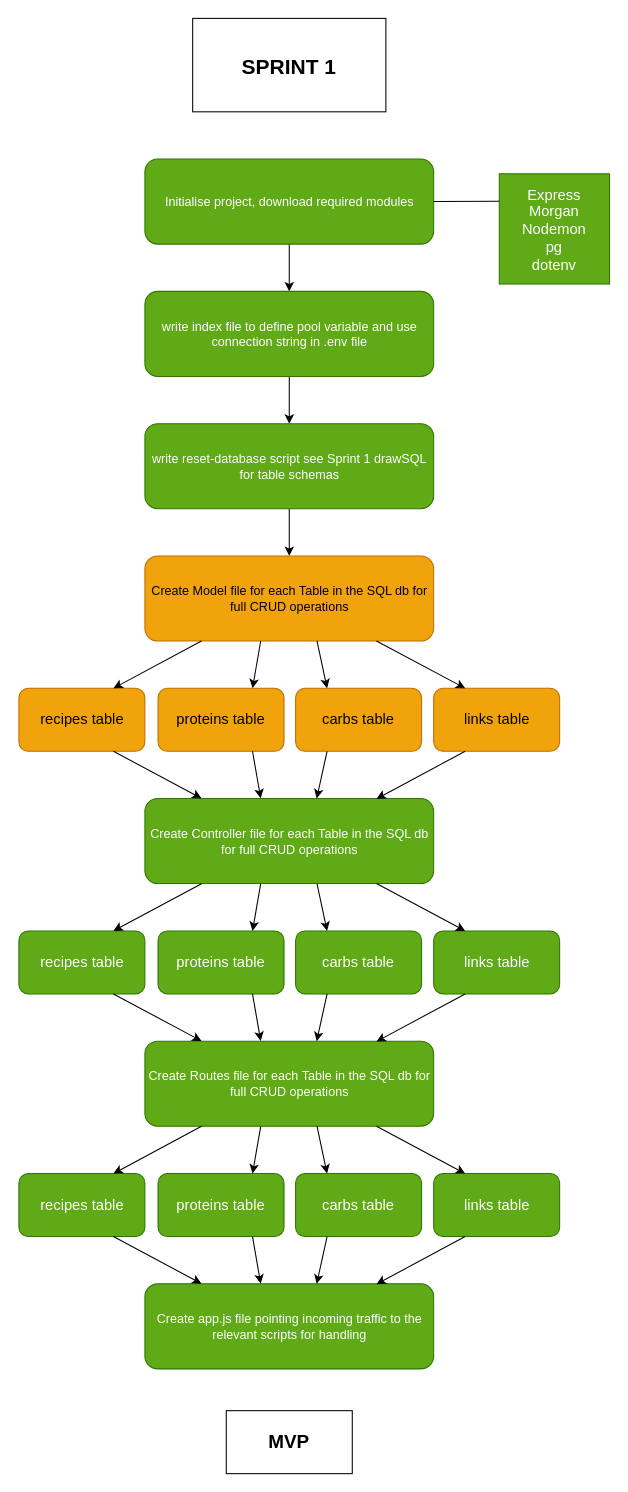
Before: plan/Sprint 1 coding.drawio in adamhale-exe/Winner-Dinner, a draw.io diagram. Source tidied: cells renumbered, new cells numbered last; positions are measured from the earlier drawing's top-left corner, leaving out a move shared by most shapes. Both pictures are drawn from the tidied source at 105%, with x=0, y=0 at pixel (19, 18).
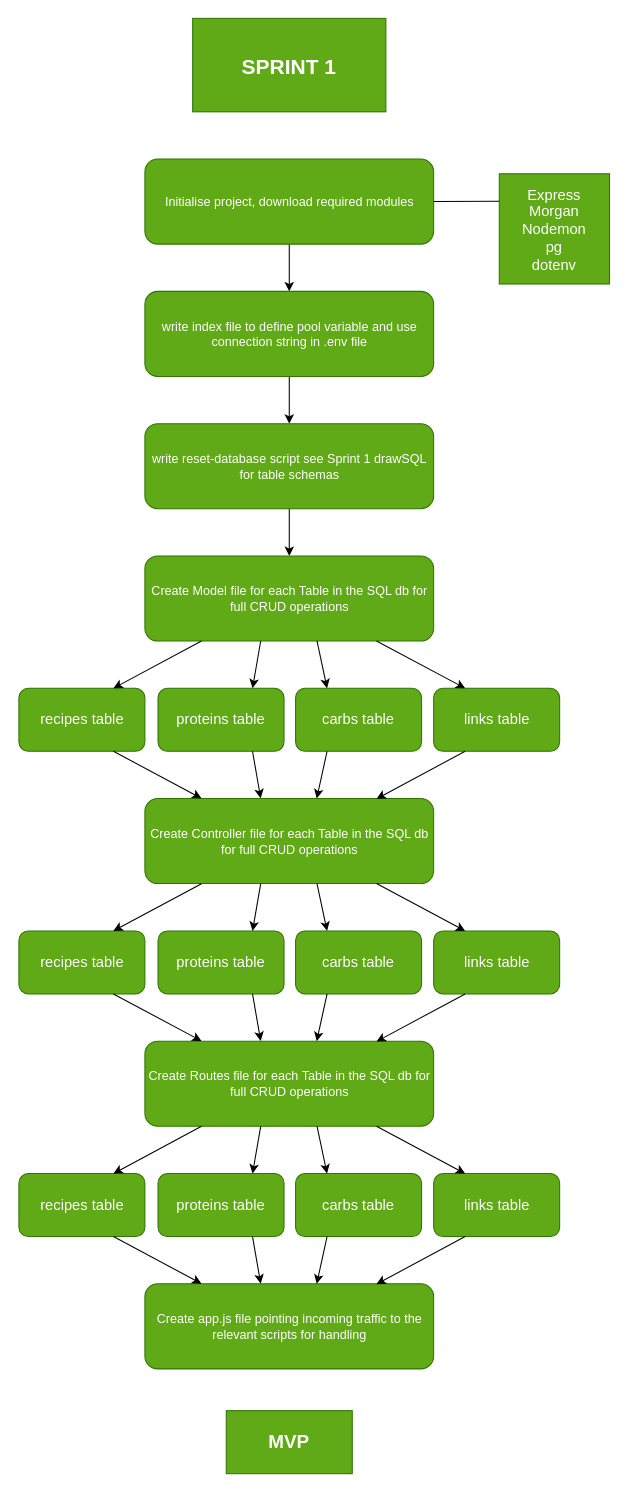
The same page after the edit.

Change to the diagram source:
```diff
@@
-    <mxCell id="4" value="SPRINT 1" style="rounded=0;whiteSpace=wrap;html=1;fontStyle=1;fontSize=20;" parent="1" vertex="1">
+    <mxCell id="4" value="SPRINT 1" style="rounded=0;whiteSpace=wrap;html=1;fontStyle=1;fontSize=20;fillColor=#60a917;fontColor=#ffffff;strokeColor=#2D7600;" parent="1" vertex="1">
       <mxGeometry x="165" width="184" height="89" as="geometry" />
     </mxCell>
@@
-    <mxCell id="11" value="Create Model file for each Table in the SQL db for full CRUD operations" style="rounded=1;whiteSpace=wrap;html=1;fillColor=#f0a30a;fontColor=#000000;strokeColor=#BD7000;" parent="1" vertex="1">
+    <mxCell id="11" value="Create Model file for each Table in the SQL db for full CRUD operations" style="rounded=1;whiteSpace=wrap;html=1;fillColor=#60a917;fontColor=#ffffff;strokeColor=#2D7600;" parent="1" vertex="1">
       <mxGeometry x="119.5" y="512" width="275" height="81" as="geometry" />
     </mxCell>
-    <mxCell id="12" value="recipes table" style="rounded=1;whiteSpace=wrap;html=1;fontSize=14;fillColor=#f0a30a;fontColor=#000000;strokeColor=#BD7000;" parent="1" vertex="1">
+    <mxCell id="12" value="recipes table" style="rounded=1;whiteSpace=wrap;html=1;fontSize=14;fillColor=#60a917;fontColor=#ffffff;strokeColor=#2D7600;" parent="1" vertex="1">
       <mxGeometry x="-0.5" y="638" width="120" height="60" as="geometry" />
     </mxCell>
-    <mxCell id="13" value="proteins table" style="rounded=1;whiteSpace=wrap;html=1;fontSize=14;fillColor=#f0a30a;fontColor=#000000;strokeColor=#BD7000;" parent="1" vertex="1">
+    <mxCell id="13" value="proteins table" style="rounded=1;whiteSpace=wrap;html=1;fontSize=14;fillColor=#60a917;fontColor=#ffffff;strokeColor=#2D7600;" parent="1" vertex="1">
       <mxGeometry x="132" y="638" width="120" height="60" as="geometry" />
     </mxCell>
-    <mxCell id="14" value="carbs table" style="rounded=1;whiteSpace=wrap;html=1;fontSize=14;fillColor=#f0a30a;fontColor=#000000;strokeColor=#BD7000;" parent="1" vertex="1">
+    <mxCell id="14" value="carbs table" style="rounded=1;whiteSpace=wrap;html=1;fontSize=14;fillColor=#60a917;fontColor=#ffffff;strokeColor=#2D7600;" parent="1" vertex="1">
       <mxGeometry x="263" y="638" width="120" height="60" as="geometry" />
     </mxCell>
-    <mxCell id="15" value="links table" style="rounded=1;whiteSpace=wrap;html=1;fontSize=14;fillColor=#f0a30a;fontColor=#000000;strokeColor=#BD7000;" parent="1" vertex="1">
+    <mxCell id="15" value="links table" style="rounded=1;whiteSpace=wrap;html=1;fontSize=14;fillColor=#60a917;fontColor=#ffffff;strokeColor=#2D7600;" parent="1" vertex="1">
       <mxGeometry x="394.5" y="638" width="120" height="60" as="geometry" />
     </mxCell>
@@
-    <mxCell id="51" value="MVP" style="rounded=0;whiteSpace=wrap;html=1;fontSize=18;fontStyle=1;" parent="1" vertex="1">
+    <mxCell id="51" value="MVP" style="rounded=0;whiteSpace=wrap;html=1;fontSize=18;fontStyle=1;fillColor=#60a917;fontColor=#ffffff;strokeColor=#2D7600;" parent="1" vertex="1">
       <mxGeometry x="197" y="1326" width="120" height="60" as="geometry" />
     </mxCell>
```
